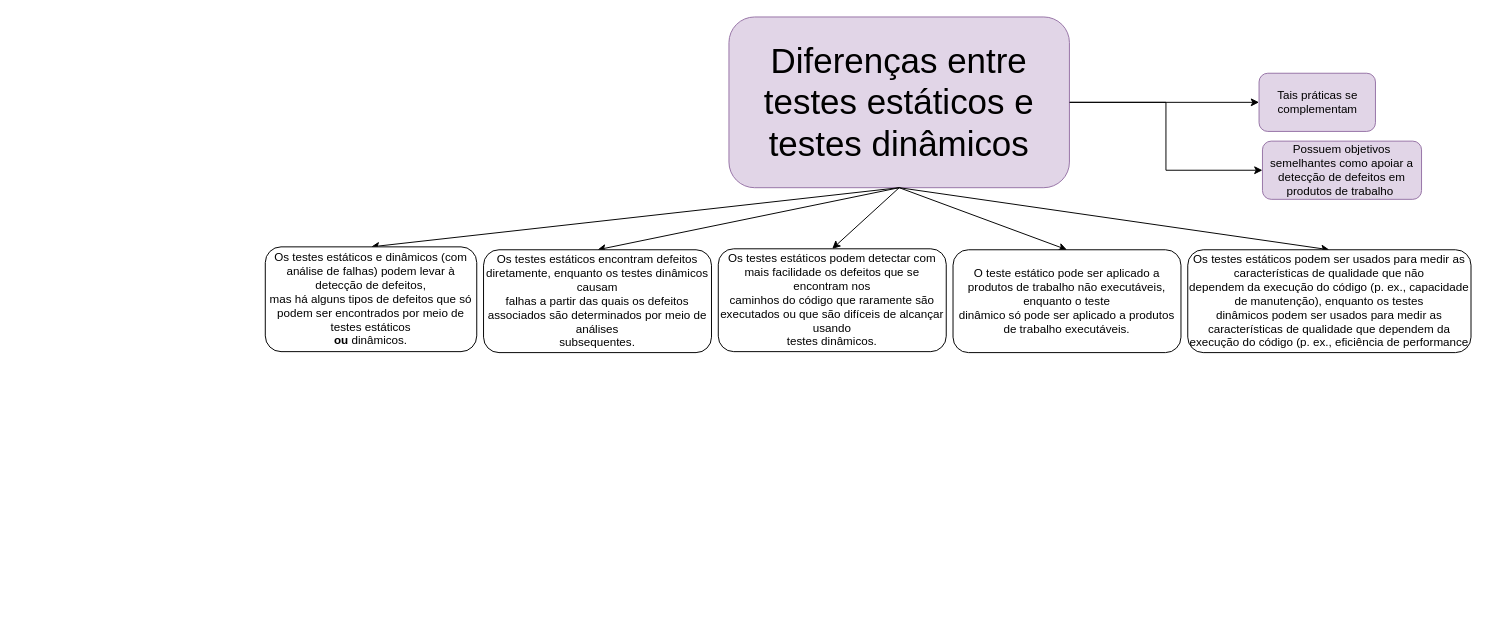
This is page "Subtopico 3.1.3" (4 of 6) of capitulo3.drawio from Natalirodriguess/estudos, a draw.io file, before an edit. Source tidied: cells renumbered, new cells numbered last; positions are measured from the earlier drawing's top-left corner, leaving out a move shared by most shapes. Both pictures are drawn from the tidied source at 97%, with x=0, y=0 at pixel (265, 16).
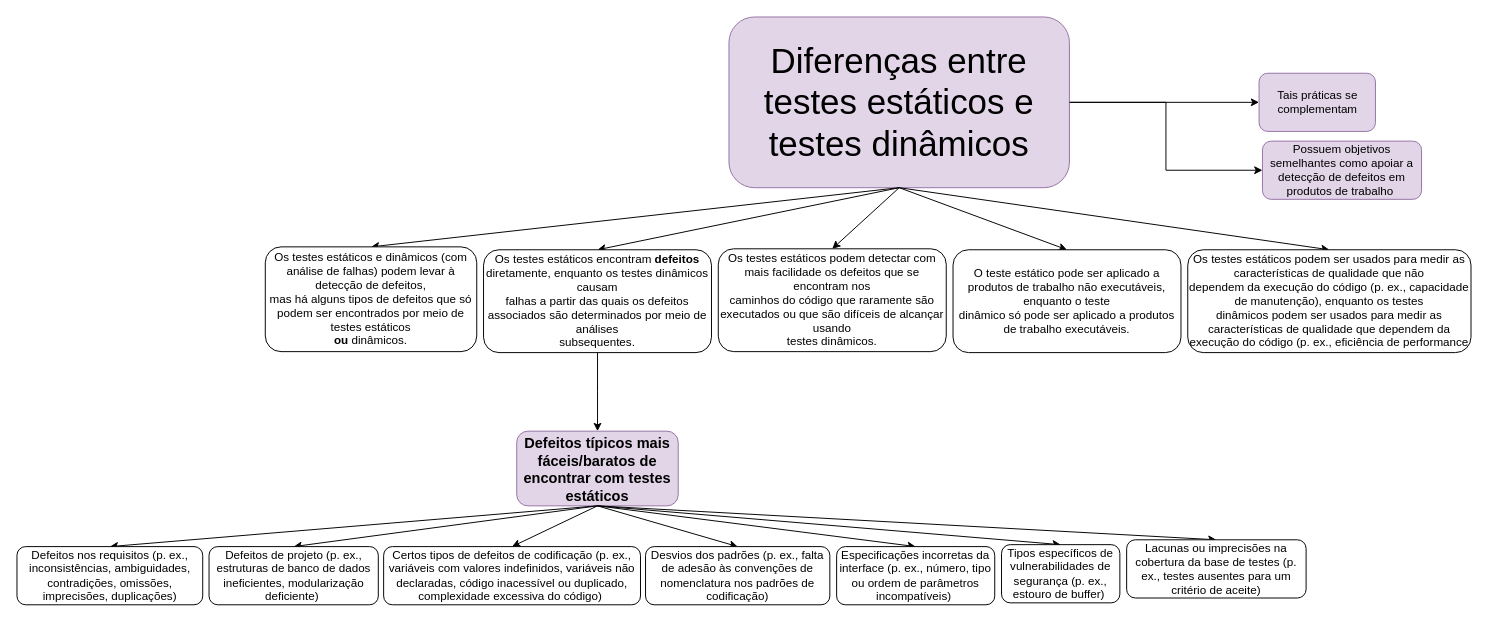
After the change.

Diff of the diagram source:
```diff
@@
+    <mxCell id="17" style="edgeStyle=orthogonalEdgeStyle;rounded=0;jettySize=auto;html=1;" parent="1" edge="1" source="9" target="18">
+      <mxGeometry relative="1" as="geometry" />
+    </mxCell>
-    <mxCell id="9" value="Os testes estáticos encontram defeitos diretamente, enquanto os testes dinâmicos causam&lt;br&gt;falhas a partir das quais os defeitos associados são determinados por meio de análises&lt;br&gt;subsequentes." style="rounded=1;whiteSpace=wrap;html=1;" parent="1" vertex="1">
+    <mxCell id="9" value="Os testes estáticos encontram &lt;b&gt;defeitos &lt;/b&gt;diretamente, enquanto os testes dinâmicos causam&lt;br&gt;falhas a partir das quais os defeitos associados são determinados por meio de análises&lt;br&gt;subsequentes." style="rounded=1;whiteSpace=wrap;html=1;" parent="1" vertex="1">
       <mxGeometry x="225" y="240" width="235" height="106" as="geometry" />
     </mxCell>
@@
+    <mxCell id="18" value="&lt;b&gt;&lt;font style=&quot;font-size: 15px;&quot;&gt;Defeitos típicos mais fáceis/baratos de encontrar com testes estáticos&lt;/font&gt;&lt;/b&gt;" style="whiteSpace=wrap;html=1;rounded=1;fillColor=#e1d5e7;strokeColor=#9673a6;" parent="1" vertex="1">
+      <mxGeometry x="259.2" y="427" width="166.5" height="77" as="geometry" />
+    </mxCell>
+    <mxCell id="19" style="endArrow=classic;html=1;rounded=0;exitX=0.5;exitY=1;exitDx=0;exitDy=0;entryX=0.5;entryY=0;entryDx=0;entryDy=0;" parent="1" edge="1" source="18" target="20">
+      <mxGeometry relative="1" as="geometry" />
+    </mxCell>
+    <mxCell id="20" value="Defeitos nos requisitos (p. ex., inconsistências, ambiguidades, contradições, omissões,&lt;br/&gt;imprecisões, duplicações)" style="rounded=1;whiteSpace=wrap;html=1;" parent="1" vertex="1">
+      <mxGeometry x="-256" y="546" width="191.5" height="60" as="geometry" />
+    </mxCell>
+    <mxCell id="21" style="endArrow=classic;html=1;rounded=0;exitX=0.5;exitY=1;exitDx=0;exitDy=0;entryX=0.5;entryY=0;entryDx=0;entryDy=0;" parent="1" edge="1" source="18" target="22">
+      <mxGeometry relative="1" as="geometry" />
+    </mxCell>
+    <mxCell id="22" value="Defeitos de projeto (p. ex., estruturas de banco de dados ineficientes, modularização&lt;br/&gt;deficiente)&amp;nbsp;" style="rounded=1;whiteSpace=wrap;html=1;" parent="1" vertex="1">
+      <mxGeometry x="-58" y="546" width="174.5" height="60" as="geometry" />
+    </mxCell>
+    <mxCell id="23" style="endArrow=classic;html=1;rounded=0;entryX=0.5;entryY=0;entryDx=0;entryDy=0;exitX=0.5;exitY=1;exitDx=0;exitDy=0;" parent="1" edge="1" source="18" target="24">
+      <mxGeometry relative="1" as="geometry" />
+    </mxCell>
+    <mxCell id="24" value="Certos tipos de defeitos de codificação (p. ex., variáveis com valores indefinidos, variáveis não&lt;br/&gt;declaradas, código inacessível ou duplicado, complexidade excessiva do código)&amp;nbsp;" style="rounded=1;whiteSpace=wrap;html=1;" parent="1" vertex="1">
+      <mxGeometry x="122" y="546" width="264.8" height="60" as="geometry" />
+    </mxCell>
+    <mxCell id="25" style="endArrow=classic;html=1;rounded=0;entryX=0.5;entryY=0;entryDx=0;entryDy=0;exitX=0.5;exitY=1;exitDx=0;exitDy=0;" parent="1" edge="1" source="18" target="26">
+      <mxGeometry relative="1" as="geometry" />
+    </mxCell>
+    <mxCell id="26" value="Desvios dos padrões (p. ex., falta de adesão às convenções de nomenclatura nos padrões de&lt;br/&gt;codificação)" style="rounded=1;whiteSpace=wrap;html=1;" parent="1" vertex="1">
+      <mxGeometry x="392" y="546" width="190" height="60" as="geometry" />
+    </mxCell>
+    <mxCell id="27" style="endArrow=classic;html=1;rounded=0;entryX=0.5;entryY=0;entryDx=0;entryDy=0;exitX=0.5;exitY=1;exitDx=0;exitDy=0;" parent="1" edge="1" source="18" target="28">
+      <mxGeometry relative="1" as="geometry" />
+    </mxCell>
+    <mxCell id="28" value="Especificações incorretas da interface (p. ex., número, tipo ou ordem de parâmetros&lt;br/&gt;incompatíveis)&amp;nbsp;" style="rounded=1;whiteSpace=wrap;html=1;" parent="1" vertex="1">
+      <mxGeometry x="589" y="546" width="163" height="60" as="geometry" />
+    </mxCell>
+    <mxCell id="29" style="endArrow=classic;html=1;rounded=0;entryX=0.5;entryY=0;entryDx=0;entryDy=0;exitX=0.5;exitY=1;exitDx=0;exitDy=0;" parent="1" edge="1" source="18" target="30">
+      <mxGeometry relative="1" as="geometry" />
+    </mxCell>
+    <mxCell id="30" value="Tipos específicos de vulnerabilidades de segurança (p. ex., estouro de buffer)&amp;nbsp;" style="rounded=1;whiteSpace=wrap;html=1;" parent="1" vertex="1">
+      <mxGeometry x="759" y="544" width="122" height="60" as="geometry" />
+    </mxCell>
+    <mxCell id="31" style="endArrow=classic;html=1;rounded=0;entryX=0.5;entryY=0;entryDx=0;entryDy=0;exitX=0.5;exitY=1;exitDx=0;exitDy=0;" parent="1" edge="1" source="18" target="32">
+      <mxGeometry relative="1" as="geometry" />
+    </mxCell>
+    <mxCell id="32" value="Lacunas ou imprecisões na cobertura da base de testes (p. ex., testes ausentes para um&lt;br/&gt;critério de aceite) " style="rounded=1;whiteSpace=wrap;html=1;" parent="1" vertex="1">
+      <mxGeometry x="888" y="539" width="185" height="60" as="geometry" />
+    </mxCell>
```
